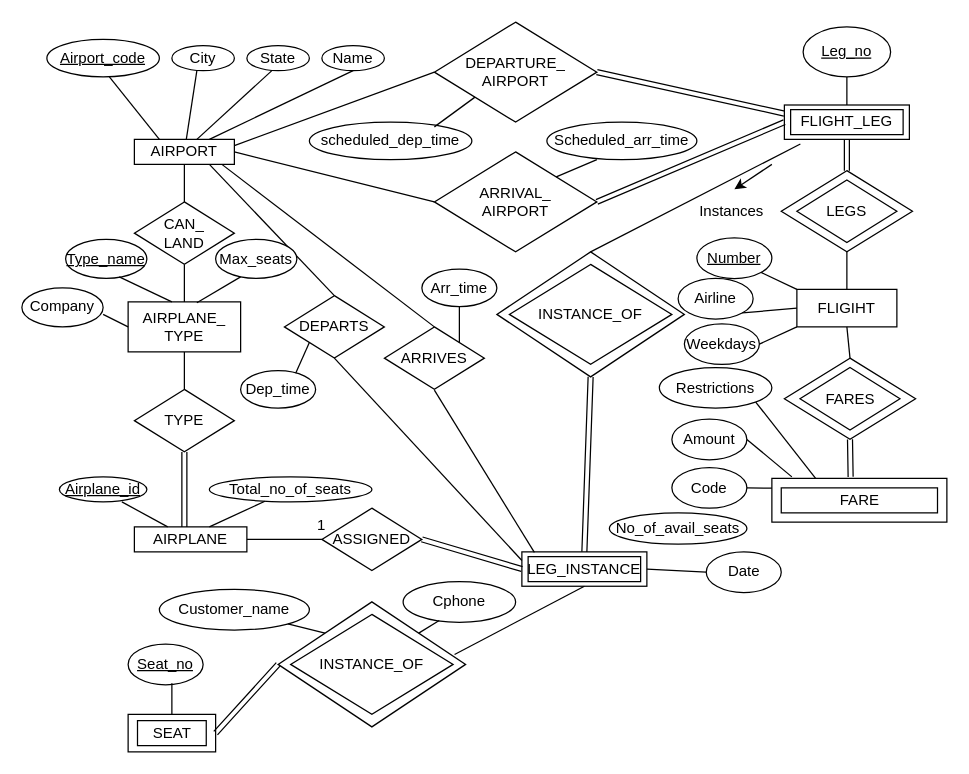
Above: Untitled Diagram.drawio in jinwook8910/BaekJoon_ProblemSolving (draw.io), before the change. Source tidied: cells renumbered, new cells numbered last; positions are measured from the earlier drawing's top-left corner, leaving out a move shared by most shapes. Both pictures are drawn from the tidied source at 125%, with x=0, y=0 at pixel (21, 21).
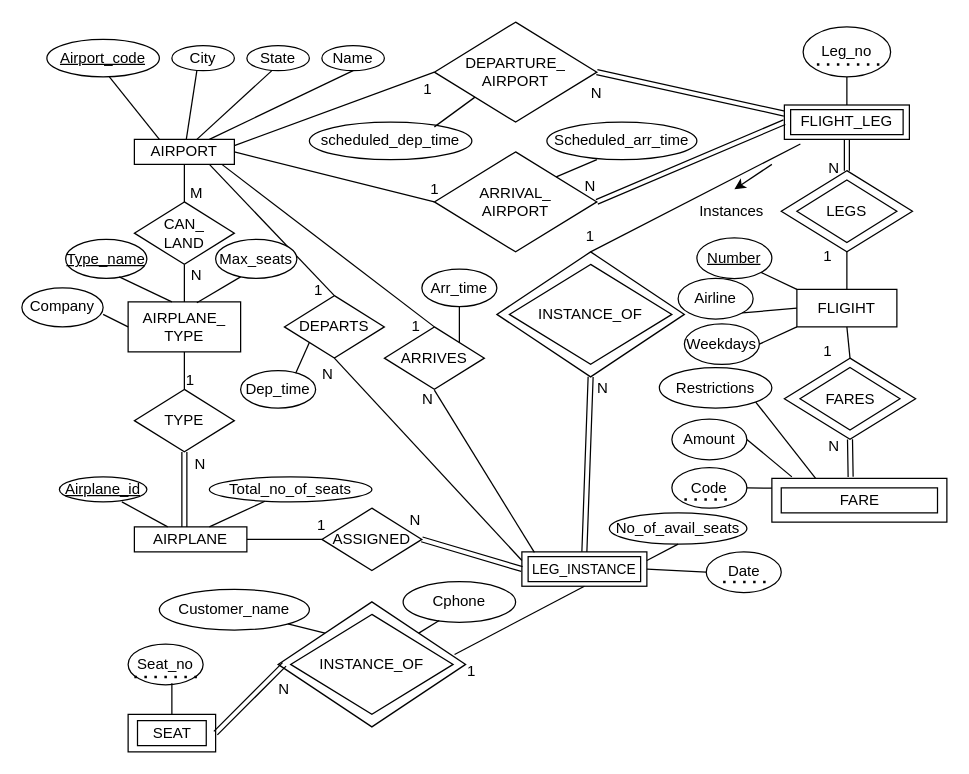
The same diagram, later.

The change refers to these unchanged cells:
```xml
<mxCell id="20" style="rounded=0;whiteSpace=wrap;html=1;strokeColor=#000000;" parent="1" vertex="1">
  <mxGeometry x="400" y="424" width="100" height="27.5" as="geometry" />
</mxCell>
<mxCell id="55" style="rhombus;whiteSpace=wrap;html=1;strokeColor=#000000;" parent="1" vertex="1">
  <mxGeometry x="205" y="464" width="150" height="100" as="geometry" />
</mxCell>
<mxCell id="60" style="rounded=0;whiteSpace=wrap;html=1;strokeColor=#000000;" parent="1" vertex="1">
  <mxGeometry x="85" y="554" width="70" height="30" as="geometry" />
</mxCell>
<mxCell id="78" value="No_of_avail_seats" style="ellipse;whiteSpace=wrap;html=1;strokeColor=#000000;" parent="1" vertex="1">
  <mxGeometry x="470" y="392.8" width="110" height="25" as="geometry" />
</mxCell>
```

What changed in the source:
```diff
@@
-    <mxCell id="21" value="LEG_INSTANCE" style="rounded=0;whiteSpace=wrap;html=1;strokeColor=#000000;" parent="1" vertex="1">
+    <mxCell id="21" value="&lt;font style=&quot;font-size: 11px&quot;&gt;LEG_INSTANCE&lt;/font&gt;" style="rounded=0;whiteSpace=wrap;html=1;strokeColor=#000000;" parent="1" vertex="1">
       <mxGeometry x="405" y="427.8" width="90" height="20" as="geometry" />
     </mxCell>
@@
-    <mxCell id="39" value="&lt;span style=&quot;line-height: 120%&quot;&gt;&lt;u&gt;Leg_no&lt;/u&gt;&lt;/span&gt;" style="ellipse;whiteSpace=wrap;html=1;strokeColor=#000000;" parent="1" vertex="1">
+    <mxCell id="39" value="&lt;span style=&quot;line-height: 120%&quot;&gt;Leg_no&lt;/span&gt;" style="ellipse;whiteSpace=wrap;html=1;strokeColor=#000000;" parent="1" vertex="1">
       <mxGeometry x="625" y="4" width="70" height="40" as="geometry" />
     </mxCell>
@@
-    <mxCell id="59" value="&lt;u&gt;Seat_no&lt;/u&gt;" style="ellipse;whiteSpace=wrap;html=1;strokeColor=#000000;" parent="1" vertex="1">
+    <mxCell id="59" value="Seat_no" style="ellipse;whiteSpace=wrap;html=1;strokeColor=#000000;" parent="1" vertex="1">
       <mxGeometry x="85" y="497.8" width="60" height="32.5" as="geometry" />
     </mxCell>
@@
-    <mxCell id="96" style="endArrow=none;html=1;exitX=1;exitY=0.5;exitDx=0;exitDy=0;entryX=0;entryY=0.5;entryDx=0;entryDy=0;shape=link;" parent="1" edge="1" source="60" target="55">
+    <mxCell id="96" style="endArrow=none;html=1;exitX=1;exitY=0.5;exitDx=0;exitDy=0;shape=link;entryX=0.033;entryY=0.5;entryDx=0;entryDy=0;entryPerimeter=0;" parent="1" edge="1" source="60" target="55">
       <mxGeometry relative="1" as="geometry" />
     </mxCell>
@@
+    <mxCell id="103" style="endArrow=none;html=1;entryX=0.5;entryY=1;entryDx=0;entryDy=0;exitX=1;exitY=0.25;exitDx=0;exitDy=0;" parent="1" edge="1" source="20" target="78">
+      <mxGeometry relative="1" as="geometry" />
+    </mxCell>
+    <mxCell id="104" style="endArrow=none;dashed=1;html=1;dashPattern=1 3;strokeWidth=2;spacingTop=6;" parent="1" edge="1">
+      <mxGeometry relative="1" as="geometry">
+        <mxPoint x="636" y="34" as="sourcePoint" />
+        <mxPoint x="690" y="34" as="targetPoint" />
+      </mxGeometry>
+    </mxCell>
+    <mxCell id="105" style="endArrow=none;dashed=1;html=1;dashPattern=1 3;strokeWidth=2;" parent="1" edge="1">
+      <mxGeometry relative="1" as="geometry">
+        <mxPoint x="530" y="382" as="sourcePoint" />
+        <mxPoint x="570" y="382" as="targetPoint" />
+      </mxGeometry>
+    </mxCell>
+    <mxCell id="106" style="endArrow=none;dashed=1;html=1;dashPattern=1 3;strokeWidth=2;spacingTop=6;" parent="1" edge="1">
+      <mxGeometry relative="1" as="geometry">
+        <mxPoint x="90" y="524" as="sourcePoint" />
+        <mxPoint x="144" y="524" as="targetPoint" />
+      </mxGeometry>
+    </mxCell>
+    <mxCell id="107" style="endArrow=none;dashed=1;html=1;dashPattern=1 3;strokeWidth=2;" parent="1" edge="1">
+      <mxGeometry relative="1" as="geometry">
+        <mxPoint x="561" y="448" as="sourcePoint" />
+        <mxPoint x="601" y="448" as="targetPoint" />
+      </mxGeometry>
+    </mxCell>
+    <mxCell id="108" value="1" style="text;html=1;strokeColor=none;fillColor=none;align=center;verticalAlign=middle;whiteSpace=wrap;rounded=0;" parent="1" vertex="1">
+      <mxGeometry x="305" y="44" width="40" height="20" as="geometry" />
+    </mxCell>
+    <mxCell id="109" value="1" style="text;html=1;strokeColor=none;fillColor=none;align=center;verticalAlign=middle;whiteSpace=wrap;rounded=0;" parent="1" vertex="1">
+      <mxGeometry x="317.5" y="124" width="25" height="20" as="geometry" />
+    </mxCell>
+    <mxCell id="110" value="1" style="text;html=1;strokeColor=none;fillColor=none;align=center;verticalAlign=middle;whiteSpace=wrap;rounded=0;" parent="1" vertex="1">
+      <mxGeometry x="435" y="161.5" width="40" height="20" as="geometry" />
+    </mxCell>
+    <mxCell id="111" value="1" style="text;html=1;strokeColor=none;fillColor=none;align=center;verticalAlign=middle;whiteSpace=wrap;rounded=0;" parent="1" vertex="1">
+      <mxGeometry x="625" y="177.8" width="40" height="20" as="geometry" />
+    </mxCell>
+    <mxCell id="112" value="1" style="text;html=1;strokeColor=none;fillColor=none;align=center;verticalAlign=middle;whiteSpace=wrap;rounded=0;" parent="1" vertex="1">
+      <mxGeometry x="625" y="254" width="40" height="20" as="geometry" />
+    </mxCell>
+    <mxCell id="113" value="1" style="text;html=1;strokeColor=none;fillColor=none;align=center;verticalAlign=middle;whiteSpace=wrap;rounded=0;" parent="1" vertex="1">
+      <mxGeometry x="340" y="510.2" width="40" height="20" as="geometry" />
+    </mxCell>
+    <mxCell id="114" value="1" style="text;html=1;strokeColor=none;fillColor=none;align=center;verticalAlign=middle;whiteSpace=wrap;rounded=0;" parent="1" vertex="1">
+      <mxGeometry x="115" y="276.5" width="40" height="20" as="geometry" />
+    </mxCell>
+    <mxCell id="115" value="N" style="text;html=1;strokeColor=none;fillColor=none;align=center;verticalAlign=middle;whiteSpace=wrap;rounded=0;" parent="1" vertex="1">
+      <mxGeometry x="440" y="46.5" width="40" height="20" as="geometry" />
+    </mxCell>
+    <mxCell id="116" value="N" style="text;html=1;strokeColor=none;fillColor=none;align=center;verticalAlign=middle;whiteSpace=wrap;rounded=0;" parent="1" vertex="1">
+      <mxGeometry x="435" y="121.5" width="40" height="20" as="geometry" />
+    </mxCell>
+    <mxCell id="117" value="N" style="text;html=1;strokeColor=none;fillColor=none;align=center;verticalAlign=middle;whiteSpace=wrap;rounded=0;" parent="1" vertex="1">
+      <mxGeometry x="630" y="106.5" width="40" height="20" as="geometry" />
+    </mxCell>
+    <mxCell id="118" value="N" style="text;html=1;strokeColor=none;fillColor=none;align=center;verticalAlign=middle;whiteSpace=wrap;rounded=0;" parent="1" vertex="1">
+      <mxGeometry x="645" y="330.2" width="10" height="20" as="geometry" />
+    </mxCell>
+    <mxCell id="119" value="N" style="text;html=1;strokeColor=none;fillColor=none;align=center;verticalAlign=middle;whiteSpace=wrap;rounded=0;" parent="1" vertex="1">
+      <mxGeometry x="310" y="389" width="10" height="20" as="geometry" />
+    </mxCell>
+    <mxCell id="120" value="N" style="text;html=1;strokeColor=none;fillColor=none;align=center;verticalAlign=middle;whiteSpace=wrap;rounded=0;" parent="1" vertex="1">
+      <mxGeometry x="320" y="291.5" width="10" height="20" as="geometry" />
+    </mxCell>
+    <mxCell id="121" value="N" style="text;html=1;strokeColor=none;fillColor=none;align=center;verticalAlign=middle;whiteSpace=wrap;rounded=0;" parent="1" vertex="1">
+      <mxGeometry x="240" y="271.5" width="10" height="20" as="geometry" />
+    </mxCell>
+    <mxCell id="122" value="1" style="text;html=1;strokeColor=none;fillColor=none;align=center;verticalAlign=middle;whiteSpace=wrap;rounded=0;" parent="1" vertex="1">
+      <mxGeometry x="225" y="205.2" width="25" height="20" as="geometry" />
+    </mxCell>
+    <mxCell id="123" value="1" style="text;html=1;strokeColor=none;fillColor=none;align=center;verticalAlign=middle;whiteSpace=wrap;rounded=0;" parent="1" vertex="1">
+      <mxGeometry x="302.5" y="234" width="25" height="20" as="geometry" />
+    </mxCell>
+    <mxCell id="124" value="N" style="text;html=1;strokeColor=none;fillColor=none;align=center;verticalAlign=middle;whiteSpace=wrap;rounded=0;" parent="1" vertex="1">
+      <mxGeometry x="137.5" y="344" width="10" height="20" as="geometry" />
+    </mxCell>
+    <mxCell id="125" value="N" style="text;html=1;strokeColor=none;fillColor=none;align=center;verticalAlign=middle;whiteSpace=wrap;rounded=0;" parent="1" vertex="1">
+      <mxGeometry x="205" y="524" width="10" height="20" as="geometry" />
+    </mxCell>
+    <mxCell id="126" value="N" style="text;html=1;strokeColor=none;fillColor=none;align=center;verticalAlign=middle;whiteSpace=wrap;rounded=0;" parent="1" vertex="1">
+      <mxGeometry x="135" y="192.8" width="10" height="20" as="geometry" />
+    </mxCell>
+    <mxCell id="127" value="N" style="text;html=1;strokeColor=none;fillColor=none;align=center;verticalAlign=middle;whiteSpace=wrap;rounded=0;" parent="1" vertex="1">
+      <mxGeometry x="460" y="282.8" width="10" height="20" as="geometry" />
+    </mxCell>
+    <mxCell id="128" value="M" style="text;html=1;strokeColor=none;fillColor=none;align=center;verticalAlign=middle;whiteSpace=wrap;rounded=0;" parent="1" vertex="1">
+      <mxGeometry x="130" y="126.5" width="20" height="20" as="geometry" />
+    </mxCell>
```
